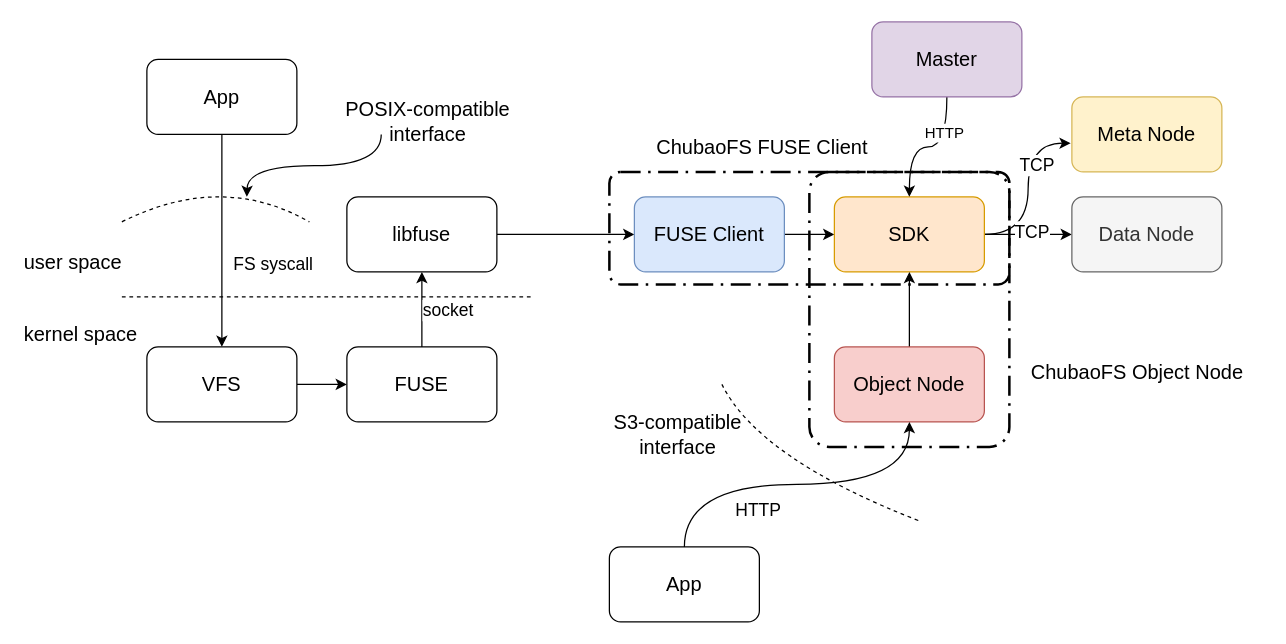
The draw.io diagram chubaofs/src/chubaofs_client_flow.drawio in shuoranliu/drawio, before the edit. Source tidied: cells renumbered, new cells numbered last; positions are measured from the earlier drawing's top-left corner, leaving out a move shared by most shapes. Both pictures are drawn from the tidied source at 125%, with x=0, y=0 at pixel (21, 21).
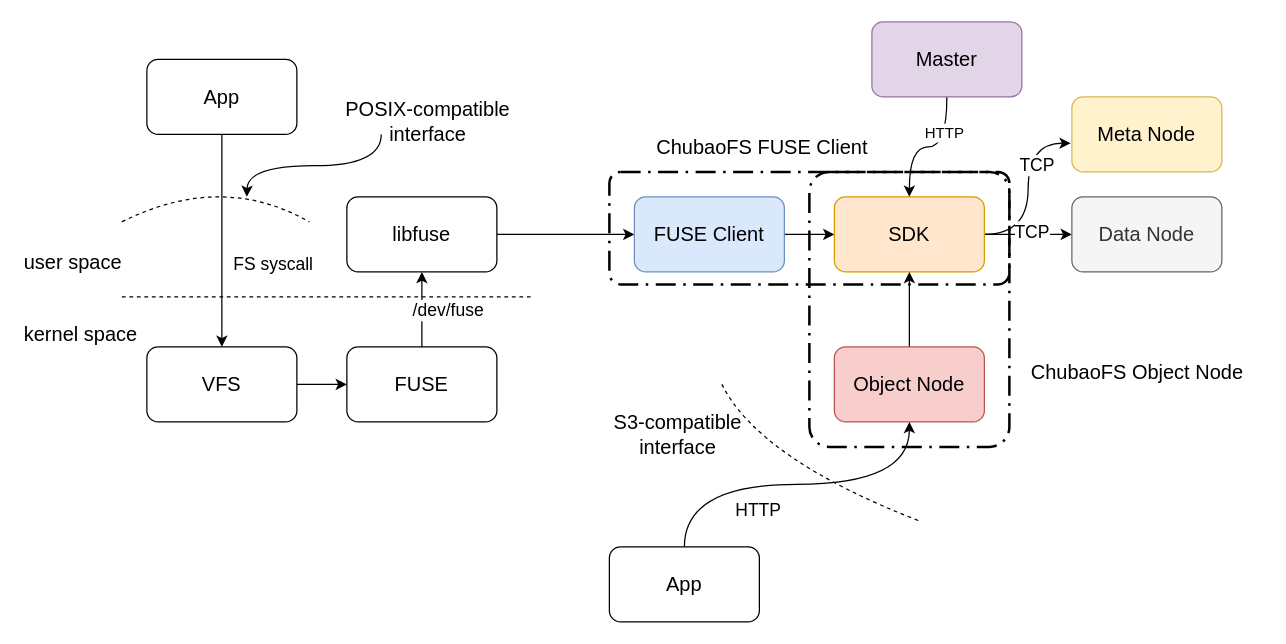
After the change.

Unchanged cells that the change refers to:
```xml
<mxCell id="11" style="edgeStyle=orthogonalEdgeStyle;rounded=0;jettySize=auto;html=1;" parent="1" edge="1" source="13" target="15">
  <mxGeometry relative="1" as="geometry" />
</mxCell>
```

The edit, as a diff of the source:
```diff
@@
-    <mxCell id="12" value="&lt;font style=&quot;font-size: 14px&quot;&gt;socket&lt;/font&gt;" style="text;html=1;align=center;verticalAlign=middle;labelBackgroundColor=#ffffff;" parent="11" vertex="1">
+    <mxCell id="12" value="&lt;font style=&quot;font-size: 14px&quot;&gt;/dev/fuse&lt;/font&gt;" style="text;html=1;align=center;verticalAlign=middle;labelBackgroundColor=#ffffff;" parent="11" vertex="1">
       <mxGeometry x="-0.27" relative="1" as="geometry">
         <mxPoint x="20" y="-8" as="offset" />
       </mxGeometry>
     </mxCell>
```
